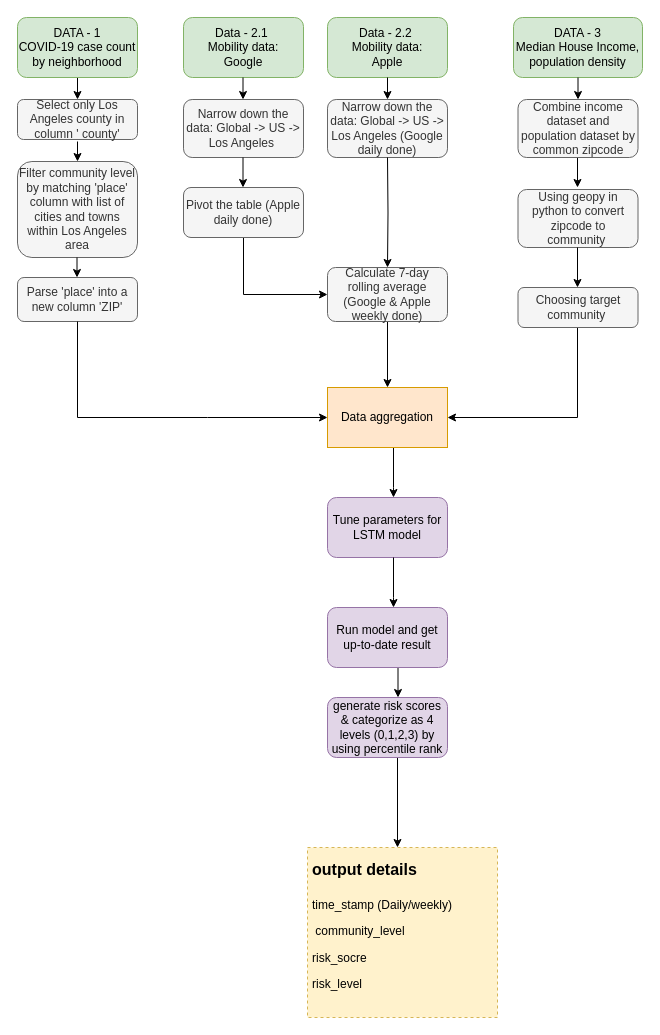
Earlier version of the draw.io diagram RMDS_Workflow.drawio (sli525/rmds-lab-team3-project). Source tidied: cells renumbered, new cells numbered last; positions are measured from the earlier drawing's top-left corner, leaving out a move shared by most shapes. Both pictures are drawn from the tidied source at 100%, with x=0, y=0 at pixel (17, 17).
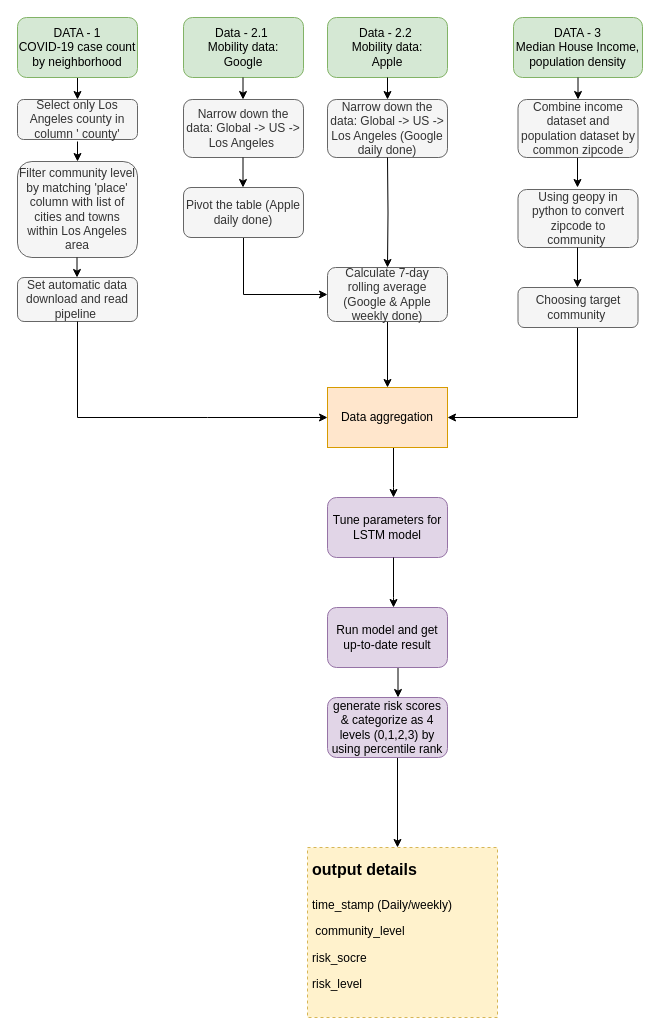
The same diagram, later.

What changed in the source:
```diff
@@
-    <mxCell id="14" value="Parse 'place' into a new column 'ZIP'" style="rounded=1;whiteSpace=wrap;html=1;align=center;fillColor=#f5f5f5;strokeColor=#666666;fontColor=#333333;" parent="1" vertex="1">
+    <mxCell id="14" value="Set automatic data download and read pipeline&amp;nbsp;" style="rounded=1;whiteSpace=wrap;html=1;align=center;fillColor=#f5f5f5;strokeColor=#666666;fontColor=#333333;" parent="1" vertex="1">
       <mxGeometry y="260" width="120" height="44" as="geometry" />
     </mxCell>
```
